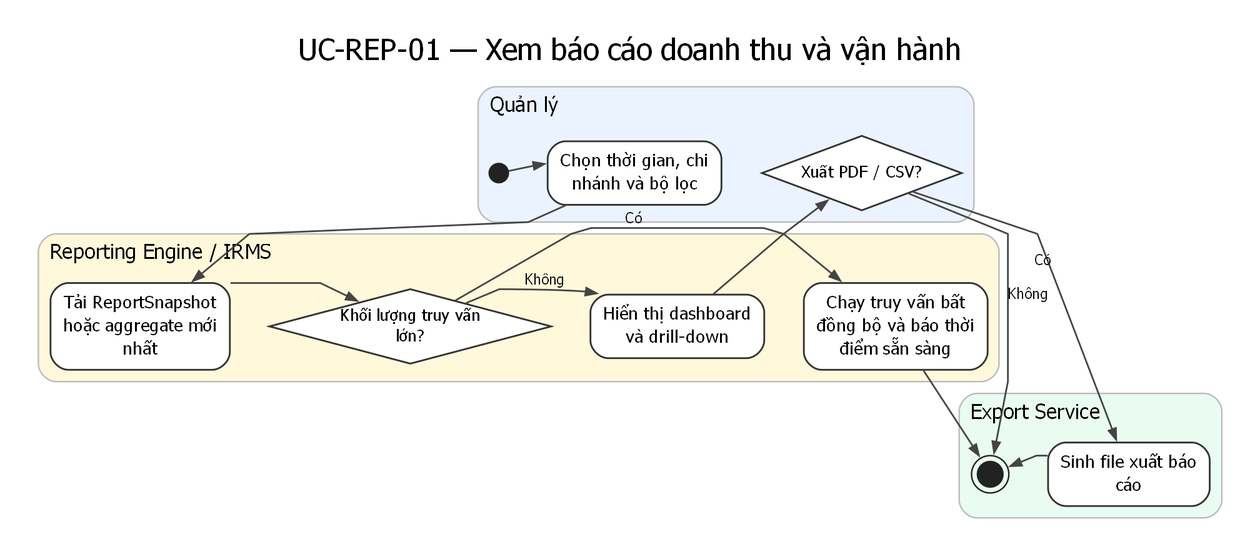
Earlier version of the Graphviz export assets/diagrams/rendered/activity/uc-rep-01-view-revenue-and-operations-report.png (lehoangluan1/SA_IRMS). Its source is kept beside it as assets/diagrams/source/activity/uc-rep-01-view-revenue-and-operations-report.dot. Its diagram source:
```dot
digraph G {
  graph [rankdir=TB, newrank=true, splines=polyline, nodesep=0.38, ranksep=0.62, pad=0.25, dpi=170, bgcolor="white", fontname="DejaVu Sans"];
  node [fontname="DejaVu Sans"];
  edge [fontname="DejaVu Sans", fontsize=10, color="#444444", penwidth=1.15, arrowsize=0.75];
  labelloc="t"; labeljust="c"; fontsize=20; fontname="DejaVu Sans"; label="UC-REP-01 — Xem báo cáo doanh thu và vận hành";
  subgraph cluster_l1 {
    style="rounded,filled";
    fillcolor="#EAF3FF"; color="#BBBBBB"; penwidth=1.0;
    label="Quản lý"; fontsize=14; labelloc="t"; labeljust="l";
    rank=same;
    n0 [shape=circle, label="", width=0.18, height=0.18, fixedsize=true, style=filled, fillcolor="#222222", color="#222222"];
    n1 [label="Chọn thời gian, chi
nhánh và bộ lọc", shape=rect, style="rounded,filled", fillcolor="white", color="#333333", penwidth=1.2, fontsize=12, margin="0.12,0.08"];
    n6 [label="Xuất PDF / CSV?", shape=diamond, style="filled", fillcolor="white", color="#333333", penwidth=1.2, fontsize=11, width=1.2, height=0.7, margin="0.05,0.03"];
    n0 -> n1 -> n6 [style=invis, weight=20];
  }
  subgraph cluster_l2 {
    style="rounded,filled";
    fillcolor="#FFF8DB"; color="#BBBBBB"; penwidth=1.0;
    label="Reporting Engine / IRMS"; fontsize=14; labelloc="t"; labeljust="l";
    rank=same;
    n2 [label="Tải ReportSnapshot
hoặc aggregate mới
nhất", shape=rect, style="rounded,filled", fillcolor="white", color="#333333", penwidth=1.2, fontsize=12, margin="0.12,0.08"];
    n3 [label="Khối lượng truy vấn
lớn?", shape=diamond, style="filled", fillcolor="white", color="#333333", penwidth=1.2, fontsize=11, width=1.2, height=0.7, margin="0.05,0.03"];
    n4 [label="Hiển thị dashboard
và drill-down", shape=rect, style="rounded,filled", fillcolor="white", color="#333333", penwidth=1.2, fontsize=12, margin="0.12,0.08"];
    n5 [label="Chạy truy vấn bất
đồng bộ và báo thời
điểm sẵn sàng", shape=rect, style="rounded,filled", fillcolor="white", color="#333333", penwidth=1.2, fontsize=12, margin="0.12,0.08"];
    n2 -> n3 -> n4 -> n5 [style=invis, weight=20];
  }
  subgraph cluster_l3 {
    style="rounded,filled";
    fillcolor="#EAFBF1"; color="#BBBBBB"; penwidth=1.0;
    label="Export Service"; fontsize=14; labelloc="t"; labeljust="l";
    rank=same;
    n7 [label="Sinh file xuất báo
cáo", shape=rect, style="rounded,filled", fillcolor="white", color="#333333", penwidth=1.2, fontsize=12, margin="0.12,0.08"];
    n8 [shape=doublecircle, label="", width=0.24, height=0.24, fixedsize=true, style=filled, fillcolor="#222222", color="#222222"];
    n7 -> n8 [style=invis, weight=20];
  }
  n0 -> n1;
  n1 -> n2;
  n2 -> n3;
  n3 -> n5 [xlabel="Có"];
  n3 -> n4 [xlabel="Không"];
  n4 -> n6;
  n5 -> n8;
  n6 -> n7 [xlabel="Có"];
  n6 -> n8 [xlabel="Không"];
  n7 -> n8;
}
```
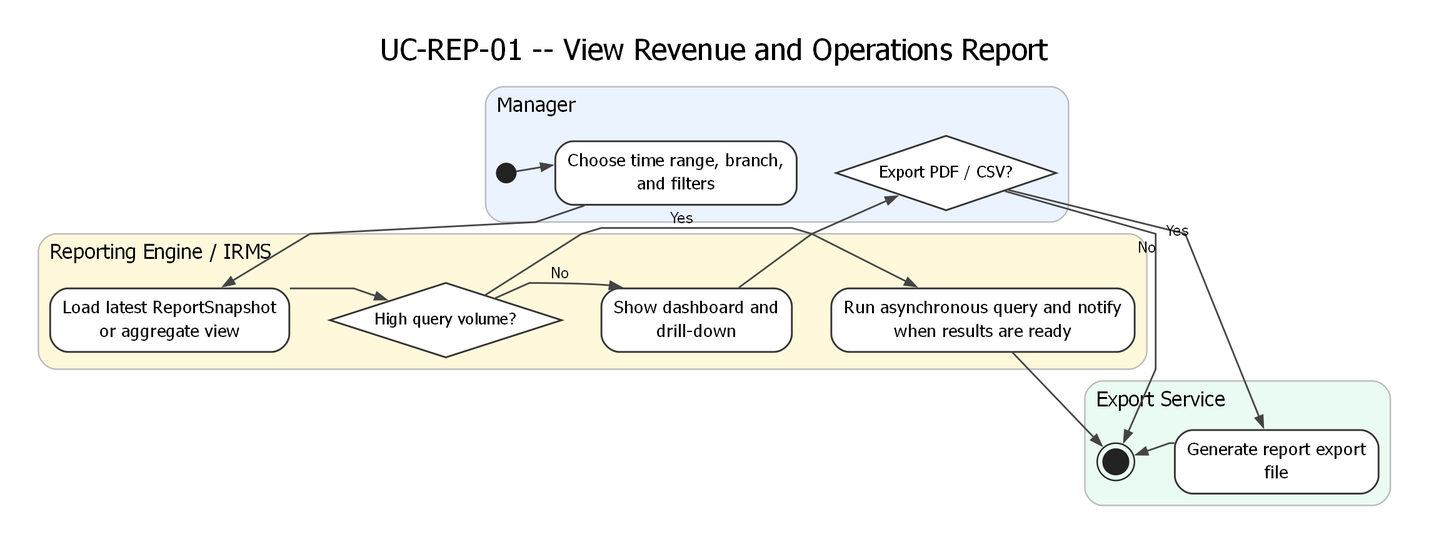
After the commit.

The edit, as a diff of the source:
```diff
@@ -2,16 +2,15 @@
   graph [rankdir=TB, newrank=true, splines=polyline, nodesep=0.38, ranksep=0.62, pad=0.25, dpi=170, bgcolor="white", fontname="DejaVu Sans"];
   node [fontname="DejaVu Sans"];
   edge [fontname="DejaVu Sans", fontsize=10, color="#444444", penwidth=1.15, arrowsize=0.75];
-  labelloc="t"; labeljust="c"; fontsize=20; fontname="DejaVu Sans"; label="UC-REP-01 — Xem báo cáo doanh thu và vận hành";
+  labelloc="t"; labeljust="c"; fontsize=20; fontname="DejaVu Sans"; label="UC-REP-01 -- View Revenue and Operations Report";
   subgraph cluster_l1 {
     style="rounded,filled";
     fillcolor="#EAF3FF"; color="#BBBBBB"; penwidth=1.0;
-    label="Quản lý"; fontsize=14; labelloc="t"; labeljust="l";
+    label="Manager"; fontsize=14; labelloc="t"; labeljust="l";
     rank=same;
     n0 [shape=circle, label="", width=0.18, height=0.18, fixedsize=true, style=filled, fillcolor="#222222", color="#222222"];
-    n1 [label="Chọn thời gian, chi
-nhánh và bộ lọc", shape=rect, style="rounded,filled", fillcolor="white", color="#333333", penwidth=1.2, fontsize=12, margin="0.12,0.08"];
-    n6 [label="Xuất PDF / CSV?", shape=diamond, style="filled", fillcolor="white", color="#333333", penwidth=1.2, fontsize=11, width=1.2, height=0.7, margin="0.05,0.03"];
+    n1 [label="Choose time range, branch,\nand filters", shape=rect, style="rounded,filled", fillcolor="white", color="#333333", penwidth=1.2, fontsize=12, margin="0.12,0.08"];
+    n6 [label="Export PDF / CSV?", shape=diamond, style="filled", fillcolor="white", color="#333333", penwidth=1.2, fontsize=11, width=1.2, height=0.7, margin="0.05,0.03"];
     n0 -> n1 -> n6 [style=invis, weight=20];
   }
   subgraph cluster_l2 {
@@ -19,16 +18,10 @@
     fillcolor="#FFF8DB"; color="#BBBBBB"; penwidth=1.0;
     label="Reporting Engine / IRMS"; fontsize=14; labelloc="t"; labeljust="l";
     rank=same;
-    n2 [label="Tải ReportSnapshot
-hoặc aggregate mới
-nhất", shape=rect, style="rounded,filled", fillcolor="white", color="#333333", penwidth=1.2, fontsize=12, margin="0.12,0.08"];
-    n3 [label="Khối lượng truy vấn
-lớn?", shape=diamond, style="filled", fillcolor="white", color="#333333", penwidth=1.2, fontsize=11, width=1.2, height=0.7, margin="0.05,0.03"];
-    n4 [label="Hiển thị dashboard
-và drill-down", shape=rect, style="rounded,filled", fillcolor="white", color="#333333", penwidth=1.2, fontsize=12, margin="0.12,0.08"];
-    n5 [label="Chạy truy vấn bất
-đồng bộ và báo thời
-điểm sẵn sàng", shape=rect, style="rounded,filled", fillcolor="white", color="#333333", penwidth=1.2, fontsize=12, margin="0.12,0.08"];
+    n2 [label="Load latest ReportSnapshot\nor aggregate view", shape=rect, style="rounded,filled", fillcolor="white", color="#333333", penwidth=1.2, fontsize=12, margin="0.12,0.08"];
+    n3 [label="High query volume?", shape=diamond, style="filled", fillcolor="white", color="#333333", penwidth=1.2, fontsize=11, width=1.2, height=0.7, margin="0.05,0.03"];
+    n4 [label="Show dashboard and\ndrill-down", shape=rect, style="rounded,filled", fillcolor="white", color="#333333", penwidth=1.2, fontsize=12, margin="0.12,0.08"];
+    n5 [label="Run asynchronous query and notify\nwhen results are ready", shape=rect, style="rounded,filled", fillcolor="white", color="#333333", penwidth=1.2, fontsize=12, margin="0.12,0.08"];
     n2 -> n3 -> n4 -> n5 [style=invis, weight=20];
   }
   subgraph cluster_l3 {
@@ -36,19 +29,18 @@
     fillcolor="#EAFBF1"; color="#BBBBBB"; penwidth=1.0;
     label="Export Service"; fontsize=14; labelloc="t"; labeljust="l";
     rank=same;
-    n7 [label="Sinh file xuất báo
-cáo", shape=rect, style="rounded,filled", fillcolor="white", color="#333333", penwidth=1.2, fontsize=12, margin="0.12,0.08"];
+    n7 [label="Generate report export\nfile", shape=rect, style="rounded,filled", fillcolor="white", color="#333333", penwidth=1.2, fontsize=12, margin="0.12,0.08"];
     n8 [shape=doublecircle, label="", width=0.24, height=0.24, fixedsize=true, style=filled, fillcolor="#222222", color="#222222"];
     n7 -> n8 [style=invis, weight=20];
   }
   n0 -> n1;
   n1 -> n2;
   n2 -> n3;
-  n3 -> n5 [xlabel="Có"];
-  n3 -> n4 [xlabel="Không"];
+  n3 -> n5 [xlabel="Yes"];
+  n3 -> n4 [xlabel="No"];
   n4 -> n6;
   n5 -> n8;
-  n6 -> n7 [xlabel="Có"];
-  n6 -> n8 [xlabel="Không"];
+  n6 -> n7 [xlabel="Yes"];
+  n6 -> n8 [xlabel="No"];
   n7 -> n8;
 }
```
